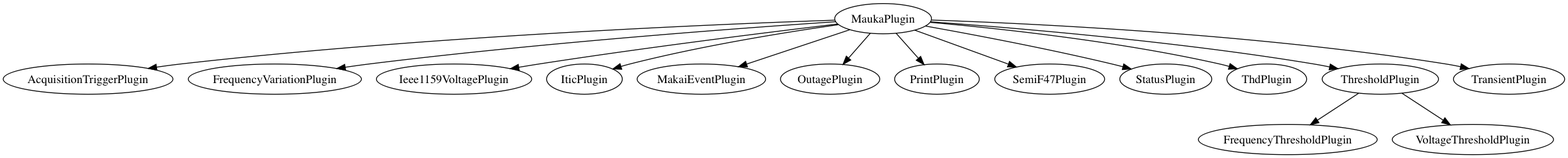
Earlier version of the Graphviz export mauka/diagrams/mauka_class_inheritance_diagram.png (openpowerquality/opq). Its source is kept beside it as mauka/diagrams/mauka_class_inheritance_diagram.dot. Source of this version:
```dot
digraph mauka_class_inheritance_diagram {
    MaukaPlugin -> AcquisitionTriggerPlugin
    MaukaPlugin -> FrequencyVariationPlugin
    MaukaPlugin -> Ieee1159VoltagePlugin
    MaukaPlugin -> IticPlugin
    MaukaPlugin -> MakaiEventPlugin
    MaukaPlugin -> OutagePlugin
    MaukaPlugin -> PrintPlugin
    MaukaPlugin -> SemiF47Plugin
    MaukaPlugin -> StatusPlugin
    MaukaPlugin -> ThdPlugin
    MaukaPlugin -> ThresholdPlugin
    MaukaPlugin -> TransientPlugin

    ThresholdPlugin -> FrequencyThresholdPlugin
    ThresholdPlugin -> VoltageThresholdPlugin
}
```
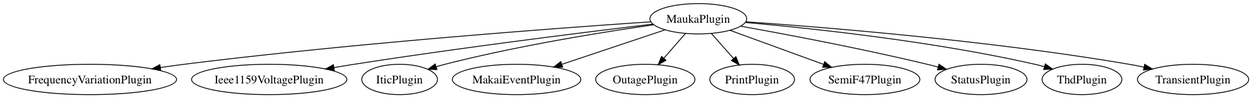
Later version of the same file.

The edit, as a diff of the source:
```diff
@@ -1,5 +1,4 @@
 digraph mauka_class_inheritance_diagram {
-    MaukaPlugin -> AcquisitionTriggerPlugin
     MaukaPlugin -> FrequencyVariationPlugin
     MaukaPlugin -> Ieee1159VoltagePlugin
     MaukaPlugin -> IticPlugin
@@ -9,9 +8,5 @@
     MaukaPlugin -> SemiF47Plugin
     MaukaPlugin -> StatusPlugin
     MaukaPlugin -> ThdPlugin
-    MaukaPlugin -> ThresholdPlugin
     MaukaPlugin -> TransientPlugin
-
-    ThresholdPlugin -> FrequencyThresholdPlugin
-    ThresholdPlugin -> VoltageThresholdPlugin
 }
```
